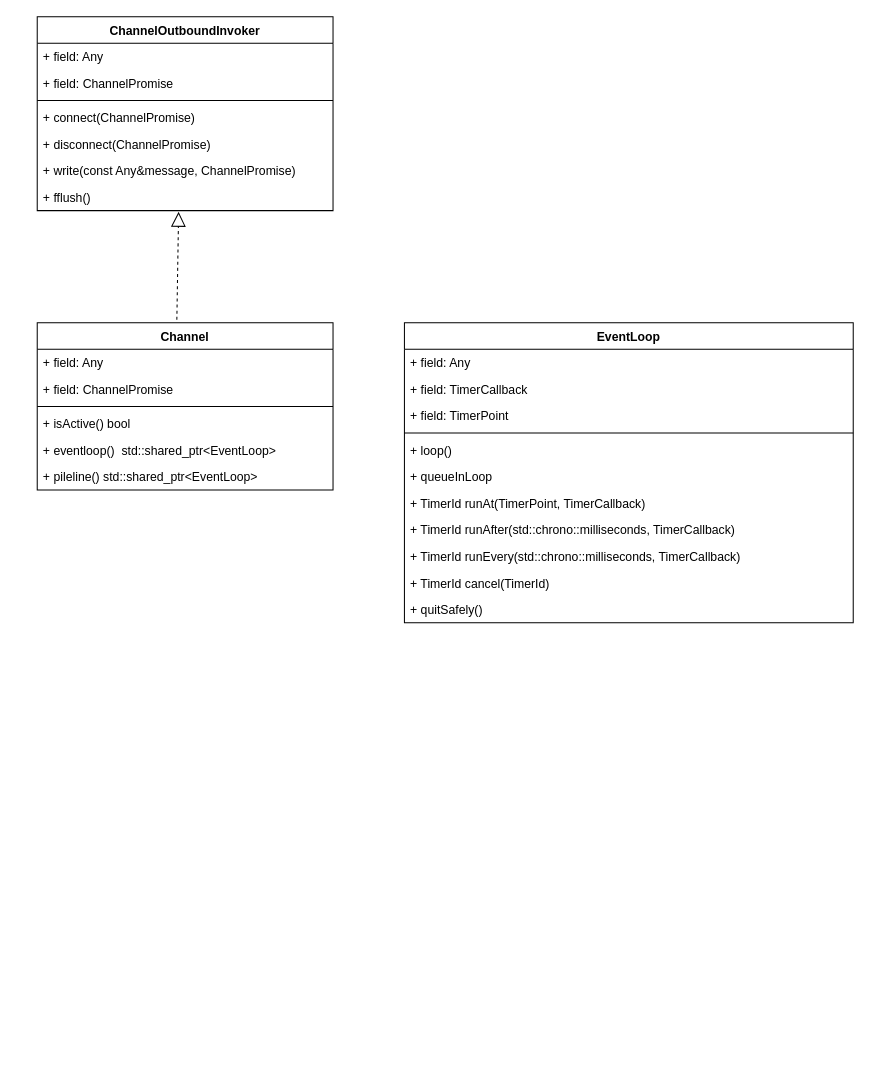
Before: page "类图" (1 of 3) of transport.drawio in bingo787/draw, a draw.io diagram. Source tidied: cells renumbered, new cells numbered last; positions are measured from the earlier drawing's top-left corner, leaving out a move shared by most shapes. Both pictures are drawn from the tidied source at 102%, with x=0, y=0 at pixel (37, 16).
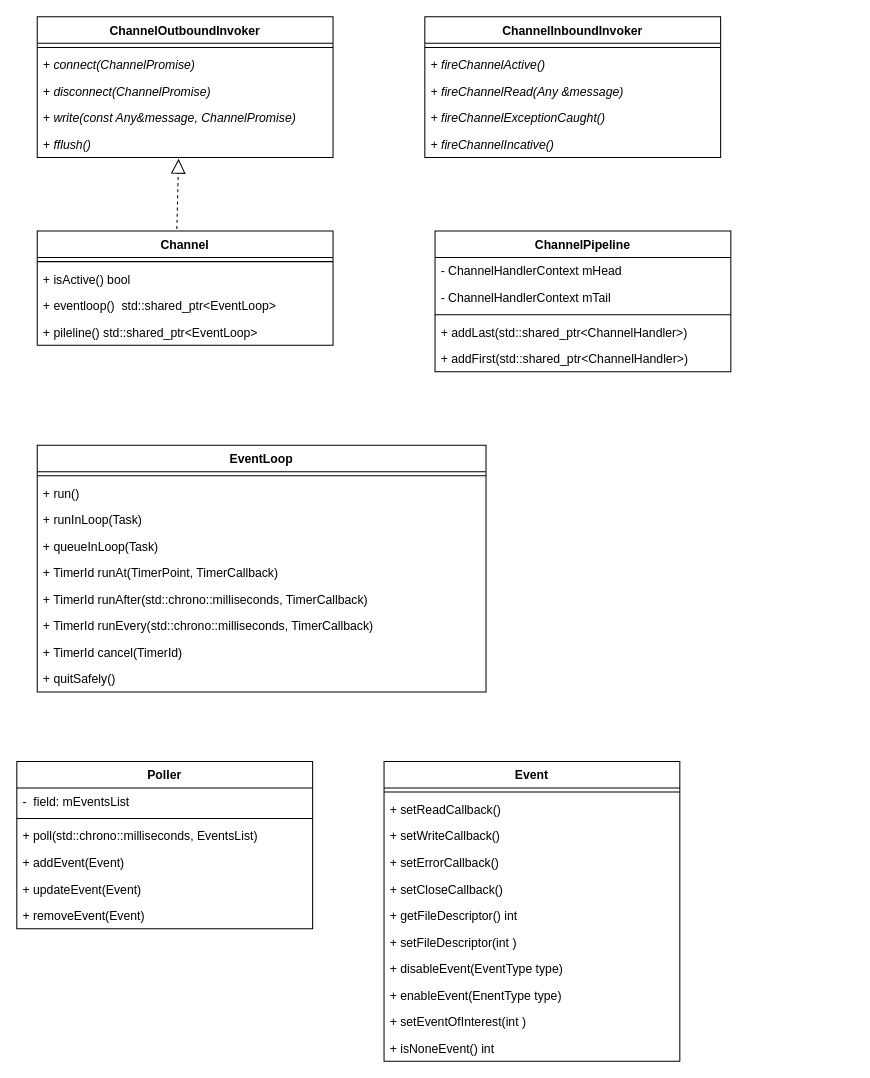
Above is the later version.

Change to the diagram source:
```diff
@@
     <mxCell id="2" value="ChannelOutboundInvoker" style="swimlane;fontStyle=1;align=center;verticalAlign=top;horizontal=1;startSize=26;" parent="1" vertex="1">
-      <mxGeometry width="290" height="190" as="geometry" />
+      <mxGeometry width="290" height="138" as="geometry" />
     </mxCell>
-    <mxCell id="3" value="+ field: Any" style="text;strokeColor=none;fillColor=none;align=left;verticalAlign=top;spacingLeft=4;spacingRight=4;overflow=hidden;" parent="2" vertex="1">
-      <mxGeometry y="26" width="290" height="26" as="geometry" />
-    </mxCell>
-    <mxCell id="4" value="+ field: ChannelPromise" style="text;strokeColor=none;fillColor=none;align=left;verticalAlign=top;spacingLeft=4;spacingRight=4;overflow=hidden;" parent="2" vertex="1">
-      <mxGeometry y="52" width="290" height="26" as="geometry" />
-    </mxCell>
     <mxCell id="5" style="line;strokeWidth=1;fillColor=none;align=left;verticalAlign=middle;spacingTop=-1;spacingLeft=3;spacingRight=3;labelPosition=right;" parent="2" vertex="1">
-      <mxGeometry y="78" width="290" height="8" as="geometry" />
+      <mxGeometry y="26" width="290" height="8" as="geometry" />
     </mxCell>
-    <mxCell id="6" value="+ connect(ChannelPromise)" style="text;strokeColor=none;fillColor=none;align=left;verticalAlign=top;spacingLeft=4;spacingRight=4;overflow=hidden;" parent="2" vertex="1">
-      <mxGeometry y="86" width="290" height="26" as="geometry" />
+    <mxCell id="6" value="+ connect(ChannelPromise)" style="text;strokeColor=none;fillColor=none;align=left;verticalAlign=top;spacingLeft=4;spacingRight=4;overflow=hidden;fontStyle=2;" parent="2" vertex="1">
+      <mxGeometry y="34" width="290" height="26" as="geometry" />
     </mxCell>
-    <mxCell id="7" value="+ disconnect(ChannelPromise)" style="text;strokeColor=none;fillColor=none;align=left;verticalAlign=top;spacingLeft=4;spacingRight=4;overflow=hidden;" parent="2" vertex="1">
-      <mxGeometry y="112" width="290" height="26" as="geometry" />
+    <mxCell id="7" value="+ disconnect(ChannelPromise)" style="text;strokeColor=none;fillColor=none;align=left;verticalAlign=top;spacingLeft=4;spacingRight=4;overflow=hidden;fontStyle=2;" parent="2" vertex="1">
+      <mxGeometry y="60" width="290" height="26" as="geometry" />
     </mxCell>
-    <mxCell id="8" value="+ write(const Any&amp;message, ChannelPromise)" style="text;strokeColor=none;fillColor=none;align=left;verticalAlign=top;spacingLeft=4;spacingRight=4;overflow=hidden;" parent="2" vertex="1">
-      <mxGeometry y="138" width="290" height="26" as="geometry" />
+    <mxCell id="8" value="+ write(const Any&amp;message, ChannelPromise)" style="text;strokeColor=none;fillColor=none;align=left;verticalAlign=top;spacingLeft=4;spacingRight=4;overflow=hidden;fontStyle=2;" parent="2" vertex="1">
+      <mxGeometry y="86" width="290" height="26" as="geometry" />
     </mxCell>
-    <mxCell id="9" value="+ fflush()" style="text;strokeColor=none;fillColor=none;align=left;verticalAlign=top;spacingLeft=4;spacingRight=4;overflow=hidden;points=[[0,0.5],[1,0.5]];portConstraint=eastwest;" parent="2" vertex="1">
-      <mxGeometry y="164" width="290" height="26" as="geometry" />
+    <mxCell id="9" value="+ fflush()" style="text;strokeColor=none;fillColor=none;align=left;verticalAlign=top;spacingLeft=4;spacingRight=4;overflow=hidden;points=[[0,0.5],[1,0.5]];portConstraint=eastwest;fontStyle=2;" parent="2" vertex="1">
+      <mxGeometry y="112" width="290" height="26" as="geometry" />
     </mxCell>
     <mxCell id="10" value="Channel" style="swimlane;fontStyle=1;align=center;verticalAlign=top;horizontal=1;startSize=26;" parent="1" vertex="1">
-      <mxGeometry y="300" width="290" height="164" as="geometry" />
+      <mxGeometry y="210" width="290" height="112" as="geometry" />
     </mxCell>
-    <mxCell id="11" value="+ field: Any" style="text;strokeColor=none;fillColor=none;align=left;verticalAlign=top;spacingLeft=4;spacingRight=4;overflow=hidden;" parent="10" vertex="1">
-      <mxGeometry y="26" width="290" height="26" as="geometry" />
-    </mxCell>
-    <mxCell id="12" value="+ field: ChannelPromise" style="text;strokeColor=none;fillColor=none;align=left;verticalAlign=top;spacingLeft=4;spacingRight=4;overflow=hidden;" parent="10" vertex="1">
-      <mxGeometry y="52" width="290" height="26" as="geometry" />
-    </mxCell>
     <mxCell id="13" style="line;strokeWidth=1;fillColor=none;align=left;verticalAlign=middle;spacingTop=-1;spacingLeft=3;spacingRight=3;labelPosition=right;" parent="10" vertex="1">
-      <mxGeometry y="78" width="290" height="8" as="geometry" />
+      <mxGeometry y="26" width="290" height="8" as="geometry" />
     </mxCell>
     <mxCell id="14" value="+ isActive() bool" style="text;strokeColor=none;fillColor=none;align=left;verticalAlign=top;spacingLeft=4;spacingRight=4;overflow=hidden;" parent="10" vertex="1">
-      <mxGeometry y="86" width="290" height="26" as="geometry" />
+      <mxGeometry y="34" width="290" height="26" as="geometry" />
     </mxCell>
     <mxCell id="15" value="+ eventloop()  std::shared_ptr&lt;EventLoop&gt;" style="text;strokeColor=none;fillColor=none;align=left;verticalAlign=top;spacingLeft=4;spacingRight=4;overflow=hidden;" parent="10" vertex="1">
-      <mxGeometry y="112" width="290" height="26" as="geometry" />
+      <mxGeometry y="60" width="290" height="26" as="geometry" />
     </mxCell>
     <mxCell id="16" value="+ pileline() std::shared_ptr&lt;EventLoop&gt;" style="text;strokeColor=none;fillColor=none;align=left;verticalAlign=top;spacingLeft=4;spacingRight=4;overflow=hidden;" parent="10" vertex="1">
-      <mxGeometry y="138" width="290" height="26" as="geometry" />
+      <mxGeometry y="86" width="290" height="26" as="geometry" />
     </mxCell>
@@
     <mxCell id="18" value="EventLoop" style="swimlane;fontStyle=1;align=center;verticalAlign=top;horizontal=1;startSize=26;" parent="1" vertex="1">
-      <mxGeometry x="360" y="300" width="440" height="294" as="geometry" />
+      <mxGeometry y="420" width="440" height="242" as="geometry" />
     </mxCell>
-    <mxCell id="19" value="+ field: Any" style="text;strokeColor=none;fillColor=none;align=left;verticalAlign=top;spacingLeft=4;spacingRight=4;overflow=hidden;" parent="18" vertex="1">
-      <mxGeometry y="26" width="440" height="26" as="geometry" />
-    </mxCell>
-    <mxCell id="20" value="+ field: TimerCallback" style="text;strokeColor=none;fillColor=none;align=left;verticalAlign=top;spacingLeft=4;spacingRight=4;overflow=hidden;" parent="18" vertex="1">
-      <mxGeometry y="52" width="440" height="26" as="geometry" />
-    </mxCell>
-    <mxCell id="21" value="+ field: TimerPoint" style="text;strokeColor=none;fillColor=none;align=left;verticalAlign=top;spacingLeft=4;spacingRight=4;overflow=hidden;" parent="18" vertex="1">
-      <mxGeometry y="78" width="440" height="26" as="geometry" />
-    </mxCell>
     <mxCell id="22" style="line;strokeWidth=1;fillColor=none;align=left;verticalAlign=middle;spacingTop=-1;spacingLeft=3;spacingRight=3;labelPosition=right;" parent="18" vertex="1">
-      <mxGeometry y="104" width="440" height="8" as="geometry" />
+      <mxGeometry y="26" width="440" height="8" as="geometry" />
     </mxCell>
-    <mxCell id="23" value="+ loop()" style="text;strokeColor=none;fillColor=none;align=left;verticalAlign=top;spacingLeft=4;spacingRight=4;overflow=hidden;" parent="18" vertex="1">
-      <mxGeometry y="112" width="440" height="26" as="geometry" />
+    <mxCell id="23" value="+ run()" style="text;strokeColor=none;fillColor=none;align=left;verticalAlign=top;spacingLeft=4;spacingRight=4;overflow=hidden;" parent="18" vertex="1">
+      <mxGeometry y="34" width="440" height="26" as="geometry" />
     </mxCell>
+    <mxCell id="30" value="+ runInLoop(Task)" style="text;strokeColor=none;fillColor=none;align=left;verticalAlign=top;spacingLeft=4;spacingRight=4;overflow=hidden;" parent="18" vertex="1">
+      <mxGeometry y="60" width="440" height="26" as="geometry" />
+    </mxCell>
-    <mxCell id="24" value="+ queueInLoop" style="text;strokeColor=none;fillColor=none;align=left;verticalAlign=top;spacingLeft=4;spacingRight=4;overflow=hidden;" parent="18" vertex="1">
-      <mxGeometry y="138" width="440" height="26" as="geometry" />
+    <mxCell id="24" value="+ queueInLoop(Task)" style="text;strokeColor=none;fillColor=none;align=left;verticalAlign=top;spacingLeft=4;spacingRight=4;overflow=hidden;" parent="18" vertex="1">
+      <mxGeometry y="86" width="440" height="26" as="geometry" />
     </mxCell>
     <mxCell id="25" value="+ TimerId runAt(TimerPoint, TimerCallback)" style="text;strokeColor=none;fillColor=none;align=left;verticalAlign=top;spacingLeft=4;spacingRight=4;overflow=hidden;" parent="18" vertex="1">
-      <mxGeometry y="164" width="440" height="26" as="geometry" />
+      <mxGeometry y="112" width="440" height="26" as="geometry" />
     </mxCell>
     <mxCell id="26" value="+ TimerId runAfter(std::chrono::milliseconds, TimerCallback)" style="text;strokeColor=none;fillColor=none;align=left;verticalAlign=top;spacingLeft=4;spacingRight=4;overflow=hidden;" parent="18" vertex="1">
-      <mxGeometry y="190" width="440" height="26" as="geometry" />
+      <mxGeometry y="138" width="440" height="26" as="geometry" />
     </mxCell>
     <mxCell id="27" value="+ TimerId runEvery(std::chrono::milliseconds, TimerCallback)" style="text;strokeColor=none;fillColor=none;align=left;verticalAlign=top;spacingLeft=4;spacingRight=4;overflow=hidden;" parent="18" vertex="1">
-      <mxGeometry y="216" width="440" height="26" as="geometry" />
+      <mxGeometry y="164" width="440" height="26" as="geometry" />
     </mxCell>
     <mxCell id="28" value="+ TimerId cancel(TimerId)" style="text;strokeColor=none;fillColor=none;align=left;verticalAlign=top;spacingLeft=4;spacingRight=4;overflow=hidden;" parent="18" vertex="1">
-      <mxGeometry y="242" width="440" height="26" as="geometry" />
+      <mxGeometry y="190" width="440" height="26" as="geometry" />
     </mxCell>
     <mxCell id="29" value="+ quitSafely()" style="text;strokeColor=none;fillColor=none;align=left;verticalAlign=top;spacingLeft=4;spacingRight=4;overflow=hidden;" parent="18" vertex="1">
-      <mxGeometry y="268" width="440" height="26" as="geometry" />
+      <mxGeometry y="216" width="440" height="26" as="geometry" />
     </mxCell>
+    <mxCell id="31" value="Poller" style="swimlane;fontStyle=1;align=center;verticalAlign=top;horizontal=1;startSize=26;" parent="1" vertex="1">
+      <mxGeometry x="-20" y="730" width="290" height="164" as="geometry" />
+    </mxCell>
+    <mxCell id="32" value="-  field: mEventsList" style="text;strokeColor=none;fillColor=none;align=left;verticalAlign=top;spacingLeft=4;spacingRight=4;overflow=hidden;" parent="31" vertex="1">
+      <mxGeometry y="26" width="290" height="26" as="geometry" />
+    </mxCell>
+    <mxCell id="33" style="line;strokeWidth=1;fillColor=none;align=left;verticalAlign=middle;spacingTop=-1;spacingLeft=3;spacingRight=3;labelPosition=right;" parent="31" vertex="1">
+      <mxGeometry y="52" width="290" height="8" as="geometry" />
+    </mxCell>
+    <mxCell id="34" value="+ poll(std::chrono::milliseconds, EventsList)" style="text;strokeColor=none;fillColor=none;align=left;verticalAlign=top;spacingLeft=4;spacingRight=4;overflow=hidden;fontStyle=0;" parent="31" vertex="1">
+      <mxGeometry y="60" width="290" height="26" as="geometry" />
+    </mxCell>
+    <mxCell id="35" value="+ addEvent(Event)" style="text;strokeColor=none;fillColor=none;align=left;verticalAlign=top;spacingLeft=4;spacingRight=4;overflow=hidden;fontStyle=0;" parent="31" vertex="1">
+      <mxGeometry y="86" width="290" height="26" as="geometry" />
+    </mxCell>
+    <mxCell id="36" value="+ updateEvent(Event)" style="text;strokeColor=none;fillColor=none;align=left;verticalAlign=top;spacingLeft=4;spacingRight=4;overflow=hidden;fontStyle=0;" parent="31" vertex="1">
+      <mxGeometry y="112" width="290" height="26" as="geometry" />
+    </mxCell>
+    <mxCell id="37" value="+ removeEvent(Event)" style="text;strokeColor=none;fillColor=none;align=left;verticalAlign=top;spacingLeft=4;spacingRight=4;overflow=hidden;fontStyle=0;" parent="31" vertex="1">
+      <mxGeometry y="138" width="290" height="26" as="geometry" />
+    </mxCell>
+    <mxCell id="38" value="Event" style="swimlane;fontStyle=1;align=center;verticalAlign=top;horizontal=1;startSize=26;" parent="1" vertex="1">
+      <mxGeometry x="340" y="730" width="290" height="294" as="geometry" />
+    </mxCell>
+    <mxCell id="39" style="line;strokeWidth=1;fillColor=none;align=left;verticalAlign=middle;spacingTop=-1;spacingLeft=3;spacingRight=3;labelPosition=right;" parent="38" vertex="1">
+      <mxGeometry y="26" width="290" height="8" as="geometry" />
+    </mxCell>
+    <mxCell id="40" value="+ setReadCallback()" style="text;strokeColor=none;fillColor=none;align=left;verticalAlign=top;spacingLeft=4;spacingRight=4;overflow=hidden;" parent="38" vertex="1">
+      <mxGeometry y="34" width="290" height="26" as="geometry" />
+    </mxCell>
+    <mxCell id="41" value="+ setWriteCallback()" style="text;strokeColor=none;fillColor=none;align=left;verticalAlign=top;spacingLeft=4;spacingRight=4;overflow=hidden;" parent="38" vertex="1">
+      <mxGeometry y="60" width="290" height="26" as="geometry" />
+    </mxCell>
+    <mxCell id="42" value="+ setErrorCallback()" style="text;strokeColor=none;fillColor=none;align=left;verticalAlign=top;spacingLeft=4;spacingRight=4;overflow=hidden;" parent="38" vertex="1">
+      <mxGeometry y="86" width="290" height="26" as="geometry" />
+    </mxCell>
+    <mxCell id="43" value="+ setCloseCallback()" style="text;strokeColor=none;fillColor=none;align=left;verticalAlign=top;spacingLeft=4;spacingRight=4;overflow=hidden;" parent="38" vertex="1">
+      <mxGeometry y="112" width="290" height="26" as="geometry" />
+    </mxCell>
+    <mxCell id="44" value="+ getFileDescriptor() int" style="text;strokeColor=none;fillColor=none;align=left;verticalAlign=top;spacingLeft=4;spacingRight=4;overflow=hidden;" parent="38" vertex="1">
+      <mxGeometry y="138" width="290" height="26" as="geometry" />
+    </mxCell>
+    <mxCell id="45" value="+ setFileDescriptor(int )" style="text;strokeColor=none;fillColor=none;align=left;verticalAlign=top;spacingLeft=4;spacingRight=4;overflow=hidden;" parent="38" vertex="1">
+      <mxGeometry y="164" width="290" height="26" as="geometry" />
+    </mxCell>
+    <mxCell id="46" value="+ disableEvent(EventType type)" style="text;strokeColor=none;fillColor=none;align=left;verticalAlign=top;spacingLeft=4;spacingRight=4;overflow=hidden;" parent="38" vertex="1">
+      <mxGeometry y="190" width="290" height="26" as="geometry" />
+    </mxCell>
+    <mxCell id="47" value="+ enableEvent(EnentType type)" style="text;strokeColor=none;fillColor=none;align=left;verticalAlign=top;spacingLeft=4;spacingRight=4;overflow=hidden;" parent="38" vertex="1">
+      <mxGeometry y="216" width="290" height="26" as="geometry" />
+    </mxCell>
+    <mxCell id="48" value="+ setEventOfInterest(int )" style="text;strokeColor=none;fillColor=none;align=left;verticalAlign=top;spacingLeft=4;spacingRight=4;overflow=hidden;" parent="38" vertex="1">
+      <mxGeometry y="242" width="290" height="26" as="geometry" />
+    </mxCell>
+    <mxCell id="49" value="+ isNoneEvent() int" style="text;strokeColor=none;fillColor=none;align=left;verticalAlign=top;spacingLeft=4;spacingRight=4;overflow=hidden;" parent="38" vertex="1">
+      <mxGeometry y="268" width="290" height="26" as="geometry" />
+    </mxCell>
+    <mxCell id="50" value="ChannelPipeline" style="swimlane;fontStyle=1;align=center;verticalAlign=top;horizontal=1;startSize=26;" parent="1" vertex="1">
+      <mxGeometry x="390" y="210" width="290" height="138" as="geometry" />
+    </mxCell>
+    <mxCell id="51" value="- ChannelHandlerContext mHead" style="text;strokeColor=none;fillColor=none;align=left;verticalAlign=top;spacingLeft=4;spacingRight=4;overflow=hidden;" parent="50" vertex="1">
+      <mxGeometry y="26" width="290" height="26" as="geometry" />
+    </mxCell>
+    <mxCell id="52" value="- ChannelHandlerContext mTail" style="text;strokeColor=none;fillColor=none;align=left;verticalAlign=top;spacingLeft=4;spacingRight=4;overflow=hidden;" parent="50" vertex="1">
+      <mxGeometry y="52" width="290" height="26" as="geometry" />
+    </mxCell>
+    <mxCell id="53" style="line;strokeWidth=1;fillColor=none;align=left;verticalAlign=middle;spacingTop=-1;spacingLeft=3;spacingRight=3;labelPosition=right;" parent="50" vertex="1">
+      <mxGeometry y="78" width="290" height="8" as="geometry" />
+    </mxCell>
+    <mxCell id="54" value="+ addLast(std::shared_ptr&lt;ChannelHandler&gt;)" style="text;strokeColor=none;fillColor=none;align=left;verticalAlign=top;spacingLeft=4;spacingRight=4;overflow=hidden;" parent="50" vertex="1">
+      <mxGeometry y="86" width="290" height="26" as="geometry" />
+    </mxCell>
+    <mxCell id="55" value="+ addFirst(std::shared_ptr&lt;ChannelHandler&gt;)" style="text;strokeColor=none;fillColor=none;align=left;verticalAlign=top;spacingLeft=4;spacingRight=4;overflow=hidden;" parent="50" vertex="1">
+      <mxGeometry y="112" width="290" height="26" as="geometry" />
+    </mxCell>
+    <mxCell id="56" value="ChannelInboundInvoker" style="swimlane;fontStyle=1;align=center;verticalAlign=top;horizontal=1;startSize=26;" parent="1" vertex="1">
+      <mxGeometry x="380" width="290" height="138" as="geometry" />
+    </mxCell>
+    <mxCell id="57" style="line;strokeWidth=1;fillColor=none;align=left;verticalAlign=middle;spacingTop=-1;spacingLeft=3;spacingRight=3;labelPosition=right;" parent="56" vertex="1">
+      <mxGeometry y="26" width="290" height="8" as="geometry" />
+    </mxCell>
+    <mxCell id="58" value="+ fireChannelActive()" style="text;strokeColor=none;fillColor=none;align=left;verticalAlign=top;spacingLeft=4;spacingRight=4;overflow=hidden;fontStyle=2;" parent="56" vertex="1">
+      <mxGeometry y="34" width="290" height="26" as="geometry" />
+    </mxCell>
+    <mxCell id="59" value="+ fireChannelRead(Any &amp;message)" style="text;strokeColor=none;fillColor=none;align=left;verticalAlign=top;spacingLeft=4;spacingRight=4;overflow=hidden;fontStyle=2;" parent="56" vertex="1">
+      <mxGeometry y="60" width="290" height="26" as="geometry" />
+    </mxCell>
+    <mxCell id="60" value="+ fireChannelExceptionCaught()" style="text;strokeColor=none;fillColor=none;align=left;verticalAlign=top;spacingLeft=4;spacingRight=4;overflow=hidden;fontStyle=2;" parent="56" vertex="1">
+      <mxGeometry y="86" width="290" height="26" as="geometry" />
+    </mxCell>
+    <mxCell id="61" value="+ fireChannelIncative()" style="text;strokeColor=none;fillColor=none;align=left;verticalAlign=top;spacingLeft=4;spacingRight=4;overflow=hidden;fontStyle=2;" parent="56" vertex="1">
+      <mxGeometry y="112" width="290" height="26" as="geometry" />
+    </mxCell>
```
